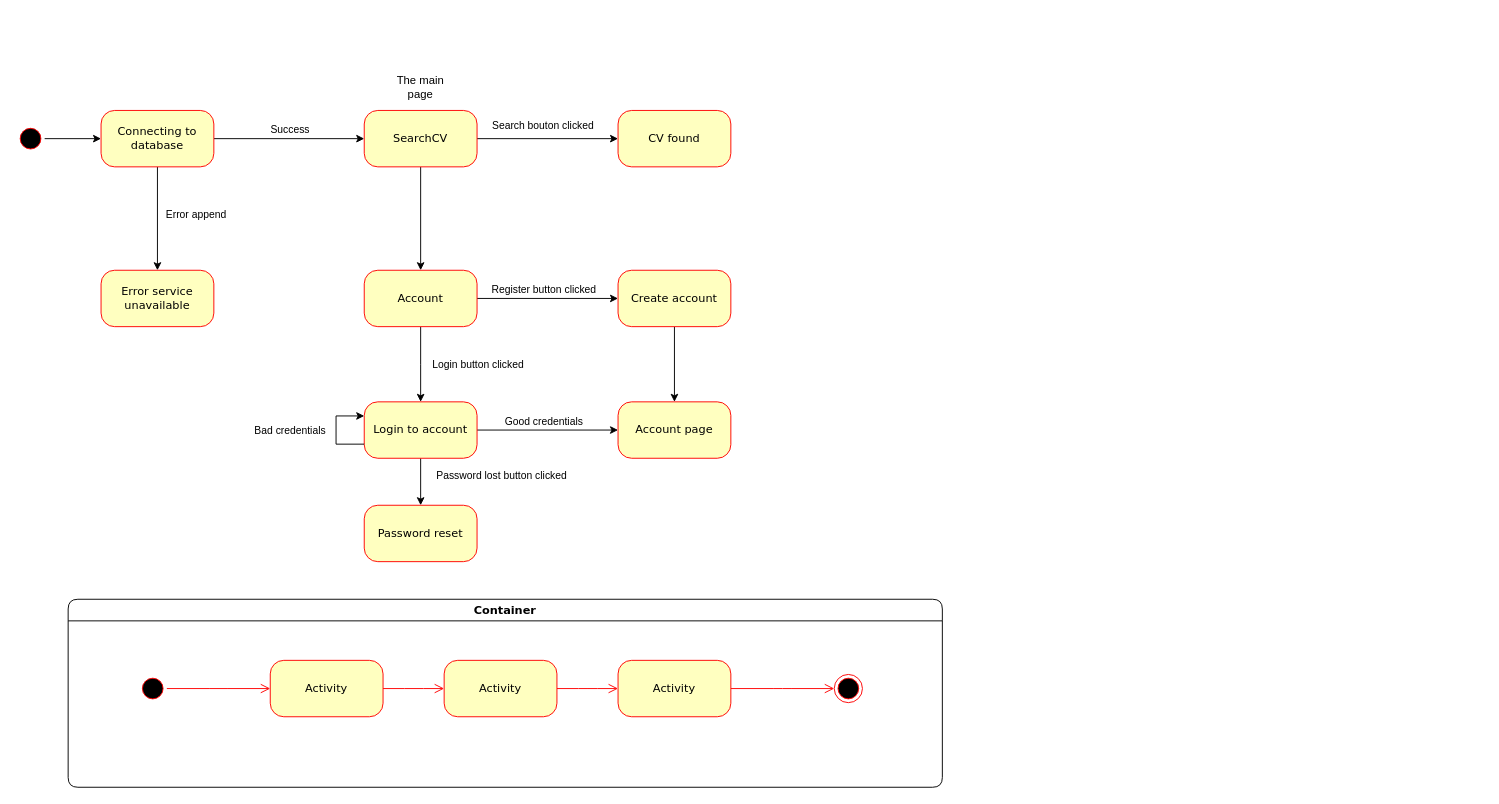
Before: Diagram/Views/.drawio in ChristopheQuiniou/EasyFolio, a draw.io diagram. Source tidied: cells renumbered, new cells numbered last; positions are measured from the earlier drawing's top-left corner, leaving out a move shared by most shapes. Both pictures are drawn from the tidied source at 94%, with x=0, y=0 at pixel (16, 72).
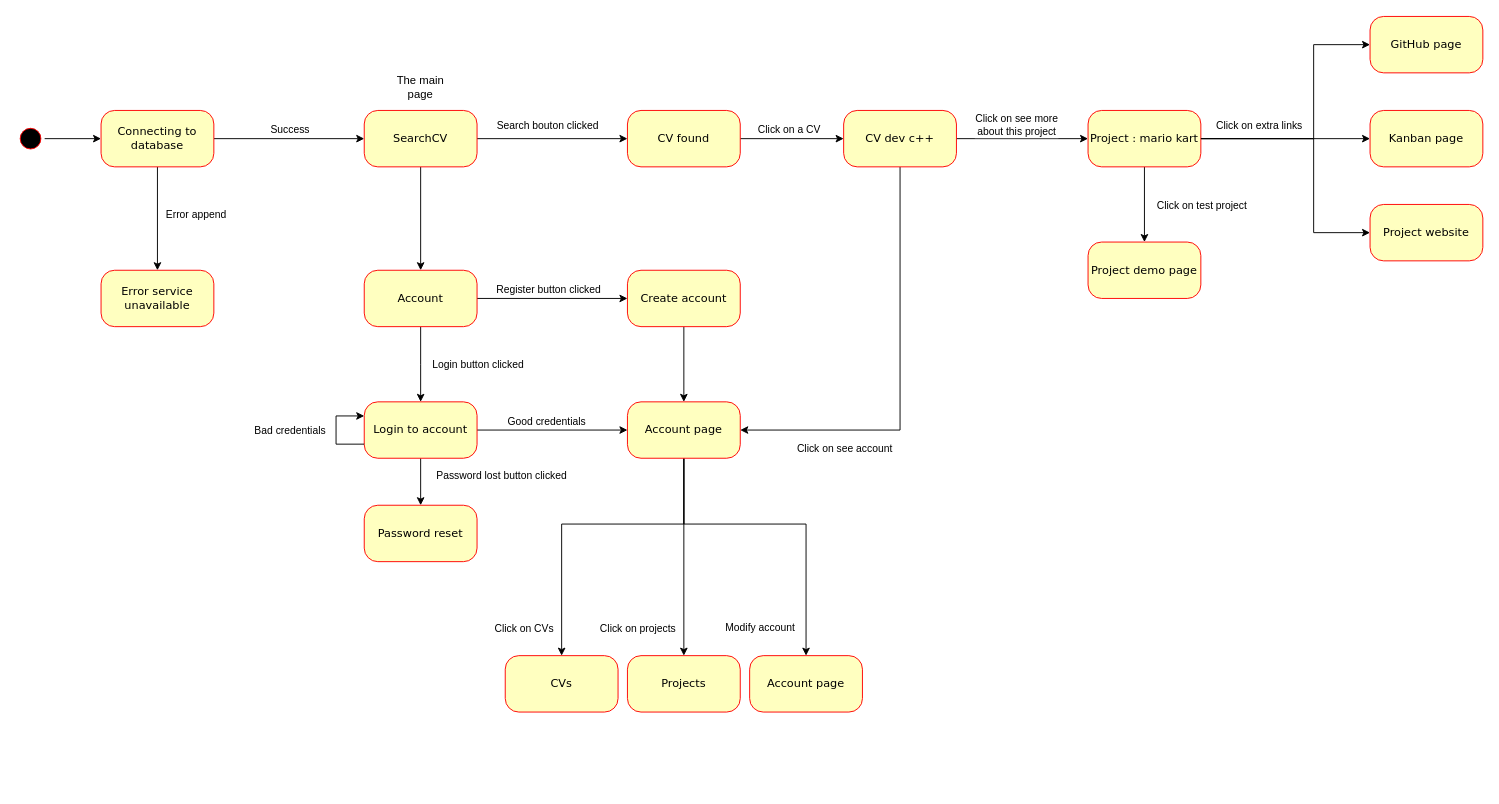
After the change.

Commit message:
Final-view-diagram .drawio

Change to the diagram source:
```diff
@@
-    <mxCell id="8" value="Container" style="swimlane;whiteSpace=wrap;html=1;rounded=1;shadow=0;comic=0;labelBackgroundColor=none;strokeWidth=1;fontFamily=Verdana;fontSize=12;align=center;" parent="1" vertex="1">
-      <mxGeometry x="55" y="560" width="930" height="200" as="geometry" />
-    </mxCell>
-    <mxCell id="9" style="edgeStyle=elbowEdgeStyle;html=1;labelBackgroundColor=none;endArrow=open;endSize=8;strokeColor=#ff0000;fontFamily=Verdana;fontSize=12;align=left;" parent="8" edge="1" source="10" target="15">
-      <mxGeometry relative="1" as="geometry" />
-    </mxCell>
-    <mxCell id="10" value="Activity" style="rounded=1;whiteSpace=wrap;html=1;arcSize=24;fillColor=#ffffc0;strokeColor=#ff0000;shadow=0;comic=0;labelBackgroundColor=none;fontFamily=Verdana;fontSize=12;fontColor=#000000;align=center;" parent="8" vertex="1">
-      <mxGeometry x="215" y="65" width="120" height="60" as="geometry" />
-    </mxCell>
-    <mxCell id="11" style="ellipse;html=1;shape=endState;fillColor=#000000;strokeColor=#ff0000;rounded=1;shadow=0;comic=0;labelBackgroundColor=none;fontFamily=Verdana;fontSize=12;fontColor=#000000;align=center;" parent="8" vertex="1">
-      <mxGeometry x="815" y="80" width="30" height="30" as="geometry" />
-    </mxCell>
-    <mxCell id="12" style="edgeStyle=elbowEdgeStyle;html=1;labelBackgroundColor=none;endArrow=open;endSize=8;strokeColor=#ff0000;fontFamily=Verdana;fontSize=12;align=left;" parent="8" edge="1" source="13" target="10">
-      <mxGeometry relative="1" as="geometry" />
-    </mxCell>
-    <mxCell id="13" style="ellipse;html=1;shape=startState;fillColor=#000000;strokeColor=#ff0000;rounded=1;shadow=0;comic=0;labelBackgroundColor=none;fontFamily=Verdana;fontSize=12;fontColor=#000000;align=center;direction=south;" parent="8" vertex="1">
-      <mxGeometry x="75" y="80" width="30" height="30" as="geometry" />
-    </mxCell>
-    <mxCell id="14" style="edgeStyle=elbowEdgeStyle;html=1;labelBackgroundColor=none;endArrow=open;endSize=8;strokeColor=#ff0000;fontFamily=Verdana;fontSize=12;align=left;" parent="8" edge="1" source="15" target="17">
-      <mxGeometry relative="1" as="geometry" />
-    </mxCell>
-    <mxCell id="15" value="Activity" style="rounded=1;whiteSpace=wrap;html=1;arcSize=24;fillColor=#ffffc0;strokeColor=#ff0000;shadow=0;comic=0;labelBackgroundColor=none;fontFamily=Verdana;fontSize=12;fontColor=#000000;align=center;" parent="8" vertex="1">
-      <mxGeometry x="400" y="65" width="120" height="60" as="geometry" />
-    </mxCell>
-    <mxCell id="16" style="edgeStyle=elbowEdgeStyle;html=1;labelBackgroundColor=none;endArrow=open;endSize=8;strokeColor=#ff0000;fontFamily=Verdana;fontSize=12;align=left;" parent="8" edge="1" source="17" target="11">
-      <mxGeometry relative="1" as="geometry" />
-    </mxCell>
-    <mxCell id="17" value="Activity" style="rounded=1;whiteSpace=wrap;html=1;arcSize=24;fillColor=#ffffc0;strokeColor=#ff0000;shadow=0;comic=0;labelBackgroundColor=none;fontFamily=Verdana;fontSize=12;fontColor=#000000;align=center;" parent="8" vertex="1">
-      <mxGeometry x="585" y="65" width="120" height="60" as="geometry" />
-    </mxCell>
@@
+    <mxCell id="42" style="edgeStyle=orthogonalEdgeStyle;rounded=0;jettySize=auto;html=1;" parent="1" edge="1" source="24" target="54">
+      <mxGeometry relative="1" as="geometry" />
+    </mxCell>
+    <mxCell id="43" value="Click on a CV" style="edgeLabel;html=1;align=center;verticalAlign=middle;" parent="42" vertex="1">
+      <mxGeometry x="0.1" relative="1" as="geometry">
+        <mxPoint x="-10" y="-10" as="offset" />
+      </mxGeometry>
+    </mxCell>
     <mxCell id="24" value="CV found" style="rounded=1;whiteSpace=wrap;html=1;arcSize=24;fillColor=#ffffc0;strokeColor=#ff0000;shadow=0;comic=0;labelBackgroundColor=none;fontFamily=Verdana;fontSize=12;fontColor=#000000;align=center;" parent="1" vertex="1">
-      <mxGeometry x="640" y="40" width="120" height="60" as="geometry" />
+      <mxGeometry x="650" y="40" width="120" height="60" as="geometry" />
     </mxCell>
@@
     <mxCell id="31" value="Create account" style="rounded=1;whiteSpace=wrap;html=1;arcSize=24;fillColor=#ffffc0;strokeColor=#ff0000;shadow=0;comic=0;labelBackgroundColor=none;fontFamily=Verdana;fontSize=12;fontColor=#000000;align=center;" parent="1" vertex="1">
-      <mxGeometry x="640" y="210" width="120" height="60" as="geometry" />
+      <mxGeometry x="650" y="210" width="120" height="60" as="geometry" />
     </mxCell>
@@
+    <mxCell id="44" style="edgeStyle=orthogonalEdgeStyle;rounded=0;jettySize=auto;html=1;" parent="1" edge="1" source="38" target="55">
+      <mxGeometry relative="1" as="geometry">
+        <Array as="points">
+          <mxPoint x="710" y="480" />
+          <mxPoint x="580" y="480" />
+        </Array>
+      </mxGeometry>
+    </mxCell>
+    <mxCell id="45" value="Click on CVs" style="edgeLabel;html=1;align=center;verticalAlign=middle;" parent="44" vertex="1">
+      <mxGeometry x="-0.12" y="-1" relative="1" as="geometry">
+        <mxPoint x="-91" y="111" as="offset" />
+      </mxGeometry>
+    </mxCell>
+    <mxCell id="46" style="edgeStyle=orthogonalEdgeStyle;rounded=0;jettySize=auto;html=1;" parent="1" edge="1" source="38" target="56">
+      <mxGeometry relative="1" as="geometry" />
+    </mxCell>
+    <mxCell id="47" value="Click on projects" style="edgeLabel;html=1;align=center;verticalAlign=middle;" parent="46" vertex="1">
+      <mxGeometry x="0.3" y="2" relative="1" as="geometry">
+        <mxPoint x="-52" y="43" as="offset" />
+      </mxGeometry>
+    </mxCell>
+    <mxCell id="48" style="edgeStyle=orthogonalEdgeStyle;rounded=0;jettySize=auto;html=1;" parent="1" edge="1" source="38" target="68">
+      <mxGeometry relative="1" as="geometry">
+        <Array as="points">
+          <mxPoint x="710" y="480" />
+          <mxPoint x="840" y="480" />
+        </Array>
+      </mxGeometry>
+    </mxCell>
+    <mxCell id="49" value="Modify account" style="edgeLabel;html=1;align=center;verticalAlign=middle;" parent="48" vertex="1">
+      <mxGeometry x="0.76" y="-1" relative="1" as="geometry">
+        <mxPoint x="-49" y="10" as="offset" />
+      </mxGeometry>
+    </mxCell>
     <mxCell id="38" value="Account page" style="whiteSpace=wrap;html=1;fontFamily=Verdana;fillColor=#ffffc0;strokeColor=#ff0000;fontColor=#000000;rounded=1;arcSize=24;shadow=0;comic=0;labelBackgroundColor=none;" parent="1" vertex="1">
-      <mxGeometry x="640" y="350" width="120" height="60" as="geometry" />
+      <mxGeometry x="650" y="350" width="120" height="60" as="geometry" />
     </mxCell>
@@
+    <mxCell id="50" style="edgeStyle=orthogonalEdgeStyle;rounded=0;jettySize=auto;html=1;entryX=1;entryY=0.5;entryDx=0;entryDy=0;" parent="1" edge="1" source="54" target="38">
+      <mxGeometry relative="1" as="geometry">
+        <Array as="points">
+          <mxPoint x="940" y="380" />
+        </Array>
+      </mxGeometry>
+    </mxCell>
+    <mxCell id="51" value="Click on see account" style="edgeLabel;html=1;align=center;verticalAlign=middle;" parent="50" vertex="1">
+      <mxGeometry x="-0.31" y="-1" relative="1" as="geometry">
+        <mxPoint x="-59" y="144" as="offset" />
+      </mxGeometry>
+    </mxCell>
+    <mxCell id="52" style="edgeStyle=orthogonalEdgeStyle;rounded=0;jettySize=auto;html=1;" parent="1" edge="1" source="54" target="61">
+      <mxGeometry relative="1" as="geometry" />
+    </mxCell>
+    <mxCell id="53" value="Click on see more &lt;br&gt;about this project" style="edgeLabel;html=1;align=center;verticalAlign=middle;" parent="52" vertex="1">
+      <mxGeometry x="-0.1" y="2" relative="1" as="geometry">
+        <mxPoint y="-13" as="offset" />
+      </mxGeometry>
+    </mxCell>
+    <mxCell id="54" value="CV dev c++" style="rounded=1;whiteSpace=wrap;html=1;arcSize=24;fillColor=#ffffc0;strokeColor=#ff0000;shadow=0;comic=0;labelBackgroundColor=none;fontFamily=Verdana;fontSize=12;fontColor=#000000;align=center;" parent="1" vertex="1">
+      <mxGeometry x="880" y="40" width="120" height="60" as="geometry" />
+    </mxCell>
+    <mxCell id="55" value="CVs" style="whiteSpace=wrap;html=1;fontFamily=Verdana;fillColor=#ffffc0;strokeColor=#ff0000;fontColor=#000000;rounded=1;arcSize=24;shadow=0;comic=0;labelBackgroundColor=none;" parent="1" vertex="1">
+      <mxGeometry x="520" y="620" width="120" height="60" as="geometry" />
+    </mxCell>
+    <mxCell id="56" value="Projects" style="whiteSpace=wrap;html=1;fontFamily=Verdana;fillColor=#ffffc0;strokeColor=#ff0000;fontColor=#000000;rounded=1;arcSize=24;shadow=0;comic=0;labelBackgroundColor=none;" parent="1" vertex="1">
+      <mxGeometry x="650" y="620" width="120" height="60" as="geometry" />
+    </mxCell>
+    <mxCell id="57" style="edgeStyle=orthogonalEdgeStyle;rounded=0;jettySize=auto;html=1;" parent="1" edge="1" source="61" target="62">
+      <mxGeometry relative="1" as="geometry">
+        <Array as="points">
+          <mxPoint x="1380" y="70" />
+          <mxPoint x="1380" y="-30" />
+        </Array>
+      </mxGeometry>
+    </mxCell>
+    <mxCell id="58" style="edgeStyle=orthogonalEdgeStyle;rounded=0;jettySize=auto;html=1;" parent="1" edge="1" source="61" target="63">
+      <mxGeometry relative="1" as="geometry">
+        <Array as="points">
+          <mxPoint x="1310" y="70" />
+          <mxPoint x="1310" y="70" />
+        </Array>
+      </mxGeometry>
+    </mxCell>
+    <mxCell id="59" style="edgeStyle=orthogonalEdgeStyle;rounded=0;jettySize=auto;html=1;" parent="1" edge="1" source="61" target="67">
+      <mxGeometry relative="1" as="geometry" />
+    </mxCell>
+    <mxCell id="60" value="Click on test project" style="edgeLabel;html=1;align=center;verticalAlign=middle;" parent="59" vertex="1">
+      <mxGeometry x="-0.36" relative="1" as="geometry">
+        <mxPoint x="60" y="14" as="offset" />
+      </mxGeometry>
+    </mxCell>
+    <mxCell id="61" value="Project : mario kart" style="rounded=1;whiteSpace=wrap;html=1;arcSize=24;fillColor=#ffffc0;strokeColor=#ff0000;shadow=0;comic=0;labelBackgroundColor=none;fontFamily=Verdana;fontSize=12;fontColor=#000000;align=center;" parent="1" vertex="1">
+      <mxGeometry x="1140" y="40" width="120" height="60" as="geometry" />
+    </mxCell>
+    <mxCell id="62" value="GitHub page" style="rounded=1;whiteSpace=wrap;html=1;arcSize=24;fillColor=#ffffc0;strokeColor=#ff0000;shadow=0;comic=0;labelBackgroundColor=none;fontFamily=Verdana;fontSize=12;fontColor=#000000;align=center;" parent="1" vertex="1">
+      <mxGeometry x="1440" y="-60" width="120" height="60" as="geometry" />
+    </mxCell>
+    <mxCell id="63" value="Kanban page" style="rounded=1;whiteSpace=wrap;html=1;arcSize=24;fillColor=#ffffc0;strokeColor=#ff0000;shadow=0;comic=0;labelBackgroundColor=none;fontFamily=Verdana;fontSize=12;fontColor=#000000;align=center;" parent="1" vertex="1">
+      <mxGeometry x="1440" y="40" width="120" height="60" as="geometry" />
+    </mxCell>
+    <mxCell id="64" value="Project website" style="rounded=1;whiteSpace=wrap;html=1;arcSize=24;fillColor=#ffffc0;strokeColor=#ff0000;shadow=0;comic=0;labelBackgroundColor=none;fontFamily=Verdana;fontSize=12;fontColor=#000000;align=center;" parent="1" vertex="1">
+      <mxGeometry x="1440" y="140" width="120" height="60" as="geometry" />
+    </mxCell>
+    <mxCell id="65" style="edgeStyle=orthogonalEdgeStyle;rounded=0;jettySize=auto;html=1;" parent="1" edge="1" source="61" target="64">
+      <mxGeometry relative="1" as="geometry">
+        <Array as="points">
+          <mxPoint x="1380" y="70" />
+          <mxPoint x="1380" y="170" />
+        </Array>
+      </mxGeometry>
+    </mxCell>
+    <mxCell id="66" value="Click on extra links" style="edgeLabel;html=1;align=center;verticalAlign=middle;" parent="65" vertex="1">
+      <mxGeometry x="-0.26" y="-2" relative="1" as="geometry">
+        <mxPoint x="-43" y="-17" as="offset" />
+      </mxGeometry>
+    </mxCell>
+    <mxCell id="67" value="Project demo page" style="rounded=1;whiteSpace=wrap;html=1;arcSize=24;fillColor=#ffffc0;strokeColor=#ff0000;shadow=0;comic=0;labelBackgroundColor=none;fontFamily=Verdana;fontSize=12;fontColor=#000000;align=center;" parent="1" vertex="1">
+      <mxGeometry x="1140" y="180" width="120" height="60" as="geometry" />
+    </mxCell>
+    <mxCell id="68" value="Account page" style="whiteSpace=wrap;html=1;fontFamily=Verdana;fillColor=#ffffc0;strokeColor=#ff0000;fontColor=#000000;rounded=1;arcSize=24;shadow=0;comic=0;labelBackgroundColor=none;" parent="1" vertex="1">
+      <mxGeometry x="780" y="620" width="120" height="60" as="geometry" />
+    </mxCell>
```
